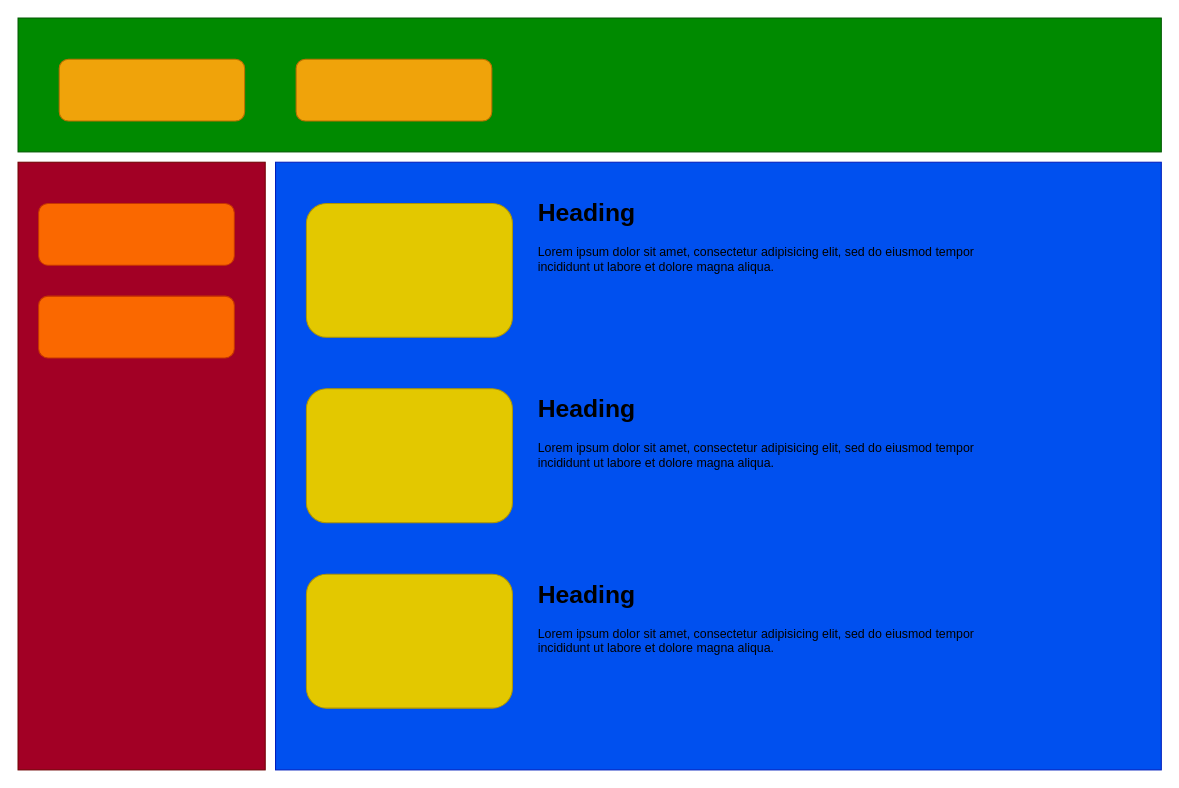
This is episodes.drawio from ScorchingShade/Diagrams, a draw.io file, before an edit. Source tidied: cells renumbered, new cells numbered last; positions are measured from the earlier drawing's top-left corner, leaving out a move shared by most shapes. Both pictures are drawn from the tidied source at 103%, with x=0, y=0 at pixel (18, 18).
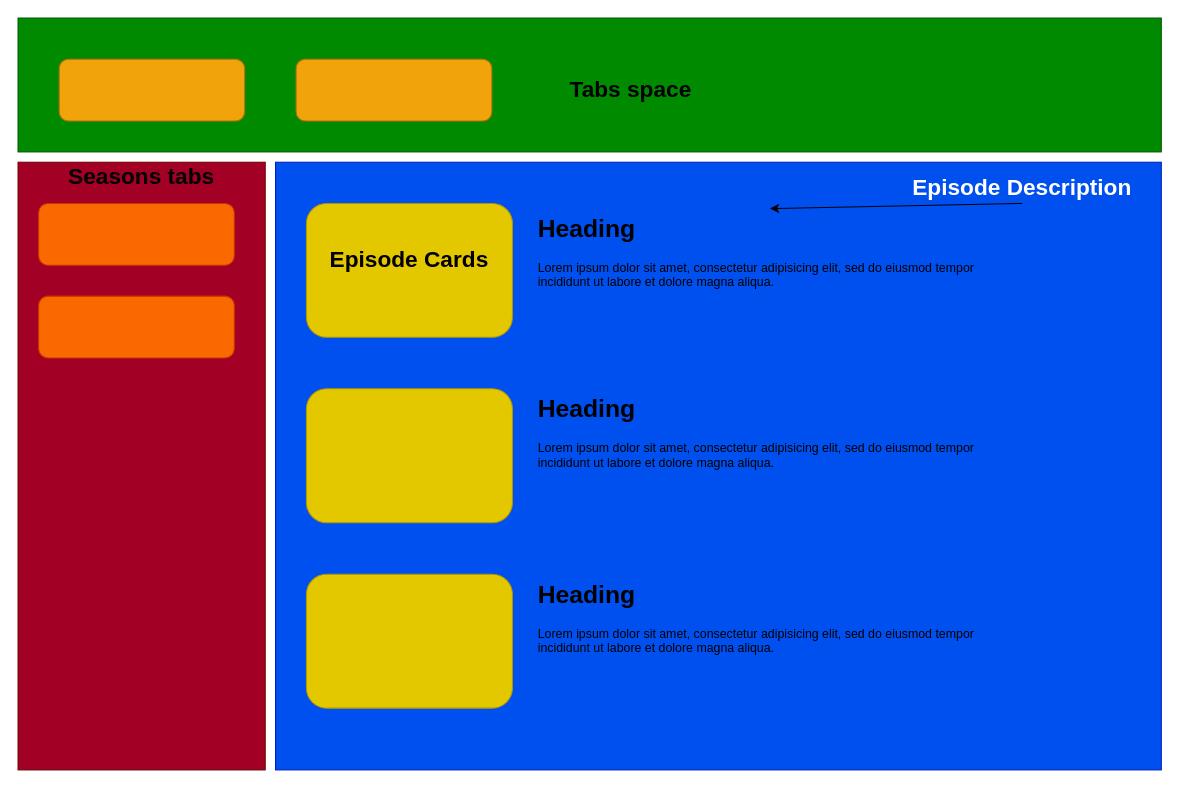
The same page after the edit.

The edit, as a diff of the source:
```diff
@@
 <mxGraphModel>
   <root>
     <mxCell id="0" />
     <mxCell id="1" parent="0" />
     <mxCell id="2" style="rounded=0;whiteSpace=wrap;html=1;fillColor=#a20025;fontColor=#ffffff;strokeColor=#6F0000;" parent="1" vertex="1">
       <mxGeometry y="140" width="240" height="590" as="geometry" />
     </mxCell>
     <mxCell id="3" style="rounded=0;whiteSpace=wrap;html=1;fillColor=#0050ef;fontColor=#ffffff;strokeColor=#001DBC;" parent="1" vertex="1">
       <mxGeometry x="250" y="140" width="860" height="590" as="geometry" />
     </mxCell>
     <mxCell id="4" style="rounded=0;whiteSpace=wrap;html=1;fillColor=#008a00;fontColor=#ffffff;strokeColor=#005700;" parent="1" vertex="1">
       <mxGeometry width="1110" height="130" as="geometry" />
     </mxCell>
     <mxCell id="5" style="rounded=1;whiteSpace=wrap;html=1;fillColor=#e3c800;fontColor=#000000;strokeColor=#B09500;" parent="1" vertex="1">
       <mxGeometry x="280" y="180" width="200" height="130" as="geometry" />
     </mxCell>
     <mxCell id="6" style="rounded=1;whiteSpace=wrap;html=1;fillColor=#e3c800;fontColor=#000000;strokeColor=#B09500;" parent="1" vertex="1">
       <mxGeometry x="280" y="360" width="200" height="130" as="geometry" />
     </mxCell>
     <mxCell id="7" style="rounded=1;whiteSpace=wrap;html=1;fillColor=#e3c800;fontColor=#000000;strokeColor=#B09500;" parent="1" vertex="1">
       <mxGeometry x="280" y="540" width="200" height="130" as="geometry" />
     </mxCell>
     <mxCell id="8" value="&lt;h1&gt;Heading&lt;/h1&gt;&lt;p&gt;Lorem ipsum dolor sit amet, consectetur adipisicing elit, sed do eiusmod tempor incididunt ut labore et dolore magna aliqua.&lt;/p&gt;" style="text;html=1;strokeColor=none;fillColor=none;spacing=5;spacingTop=-20;whiteSpace=wrap;overflow=hidden;rounded=0;" parent="1" vertex="1">
-      <mxGeometry x="500" y="170" width="460" height="120" as="geometry" />
+      <mxGeometry x="500" y="185" width="460" height="120" as="geometry" />
     </mxCell>
     <mxCell id="9" value="&lt;h1&gt;Heading&lt;/h1&gt;&lt;p&gt;Lorem ipsum dolor sit amet, consectetur adipisicing elit, sed do eiusmod tempor incididunt ut labore et dolore magna aliqua.&lt;/p&gt;" style="text;html=1;strokeColor=none;fillColor=none;spacing=5;spacingTop=-20;whiteSpace=wrap;overflow=hidden;rounded=0;" parent="1" vertex="1">
       <mxGeometry x="500" y="360" width="460" height="120" as="geometry" />
     </mxCell>
     <mxCell id="10" value="&lt;h1&gt;Heading&lt;/h1&gt;&lt;p&gt;Lorem ipsum dolor sit amet, consectetur adipisicing elit, sed do eiusmod tempor incididunt ut labore et dolore magna aliqua.&lt;/p&gt;" style="text;html=1;strokeColor=none;fillColor=none;spacing=5;spacingTop=-20;whiteSpace=wrap;overflow=hidden;rounded=0;" parent="1" vertex="1">
       <mxGeometry x="500" y="540" width="460" height="120" as="geometry" />
     </mxCell>
     <mxCell id="11" style="rounded=1;whiteSpace=wrap;html=1;fillColor=#fa6800;fontColor=#000000;strokeColor=#C73500;" parent="1" vertex="1">
       <mxGeometry x="20" y="180" width="190" height="60" as="geometry" />
     </mxCell>
     <mxCell id="12" style="rounded=1;whiteSpace=wrap;html=1;fillColor=#fa6800;fontColor=#000000;strokeColor=#C73500;" parent="1" vertex="1">
       <mxGeometry x="20" y="270" width="190" height="60" as="geometry" />
     </mxCell>
     <mxCell id="13" style="rounded=1;whiteSpace=wrap;html=1;fillColor=#f0a30a;fontColor=#000000;strokeColor=#BD7000;" parent="1" vertex="1">
       <mxGeometry x="40" y="40" width="180" height="60" as="geometry" />
     </mxCell>
     <mxCell id="14" style="rounded=1;whiteSpace=wrap;html=1;fillColor=#f0a30a;fontColor=#000000;strokeColor=#BD7000;" parent="1" vertex="1">
       <mxGeometry x="270" y="40" width="190" height="60" as="geometry" />
     </mxCell>
+    <mxCell id="15" value="&lt;font style=&quot;font-size: 22px;&quot;&gt;&lt;b&gt;Seasons tabs&lt;/b&gt;&lt;/font&gt;" style="text;html=1;strokeColor=none;fillColor=none;align=center;verticalAlign=middle;whiteSpace=wrap;rounded=0;" parent="1" vertex="1">
+      <mxGeometry x="45" y="140" width="150" height="30" as="geometry" />
+    </mxCell>
+    <mxCell id="16" value="&lt;font style=&quot;font-size: 22px;&quot;&gt;&lt;b&gt;Tabs space&lt;/b&gt;&lt;/font&gt;" style="text;html=1;strokeColor=none;fillColor=none;align=center;verticalAlign=middle;whiteSpace=wrap;rounded=0;" parent="1" vertex="1">
+      <mxGeometry x="520" y="55" width="150" height="30" as="geometry" />
+    </mxCell>
+    <mxCell id="17" value="&lt;span style=&quot;font-size: 22px;&quot;&gt;&lt;b&gt;Episode Cards&lt;/b&gt;&lt;/span&gt;" style="text;html=1;strokeColor=none;fillColor=none;align=center;verticalAlign=middle;whiteSpace=wrap;rounded=0;" parent="1" vertex="1">
+      <mxGeometry x="295" y="220" width="170" height="30" as="geometry" />
+    </mxCell>
+    <mxCell id="18" value="&lt;font color=&quot;#ffffff&quot; style=&quot;font-size: 22px;&quot;&gt;&lt;b style=&quot;&quot;&gt;Episode Description&lt;/b&gt;&lt;/font&gt;" style="text;html=1;strokeColor=none;fillColor=none;align=center;verticalAlign=middle;whiteSpace=wrap;rounded=0;" parent="1" vertex="1">
+      <mxGeometry x="860" y="150" width="230" height="30" as="geometry" />
+    </mxCell>
+    <mxCell id="19" style="endArrow=classic;html=1;rounded=0;exitX=0.5;exitY=1;exitDx=0;exitDy=0;entryX=0.5;entryY=0;entryDx=0;entryDy=0;" parent="1" edge="1" source="18" target="8">
+      <mxGeometry relative="1" as="geometry" />
+    </mxCell>
   </root>
 </mxGraphModel>
```
